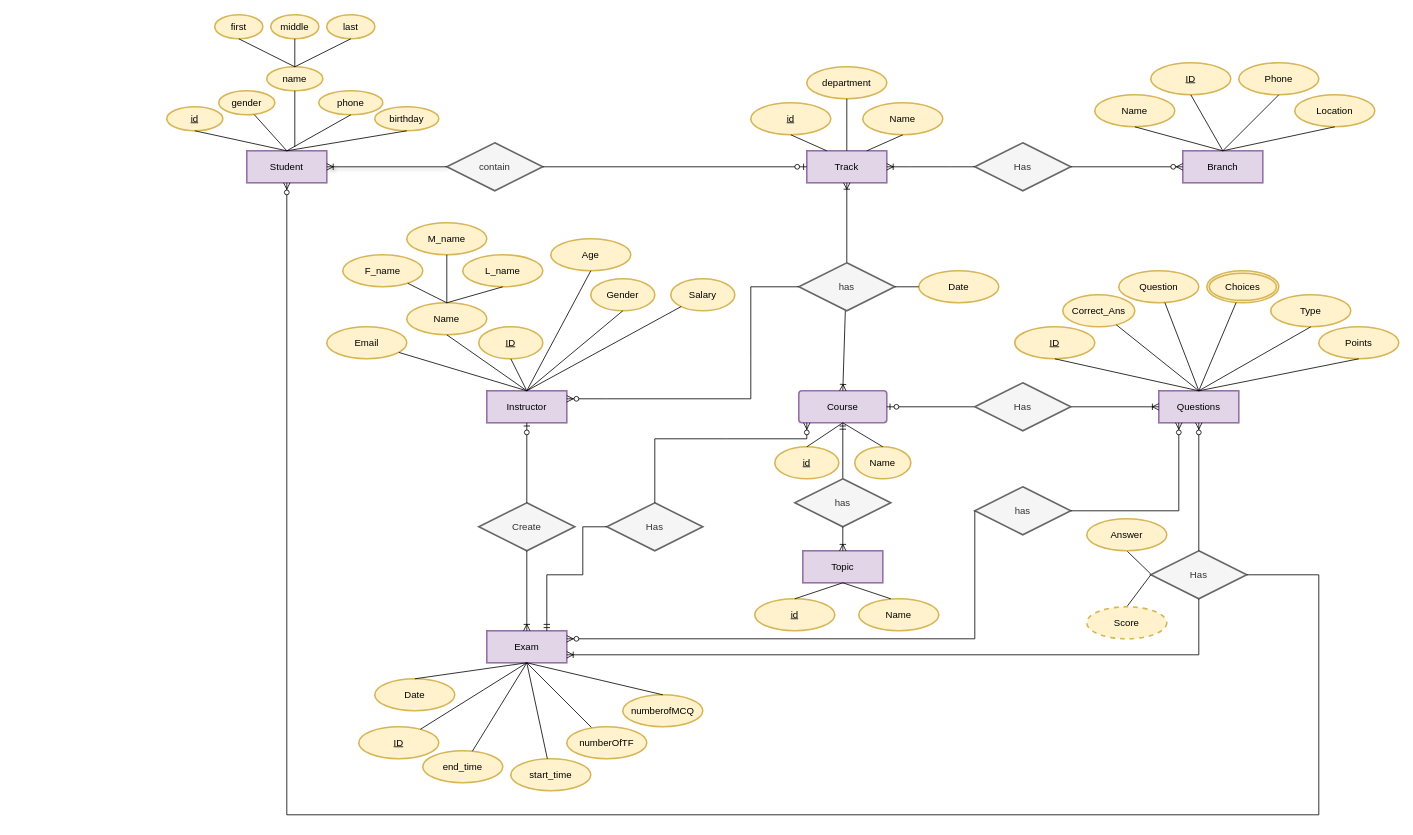
Above: OnlineExaminationSystem.drawio in aya-abdelmageed/OnlineExaminationSystem (draw.io), before the change. Source tidied: cells renumbered, new cells numbered last; positions are measured from the earlier drawing's top-left corner, leaving out a move shared by most shapes. Both pictures are drawn from the tidied source at 80%, with x=0, y=0 at pixel (166, 14).
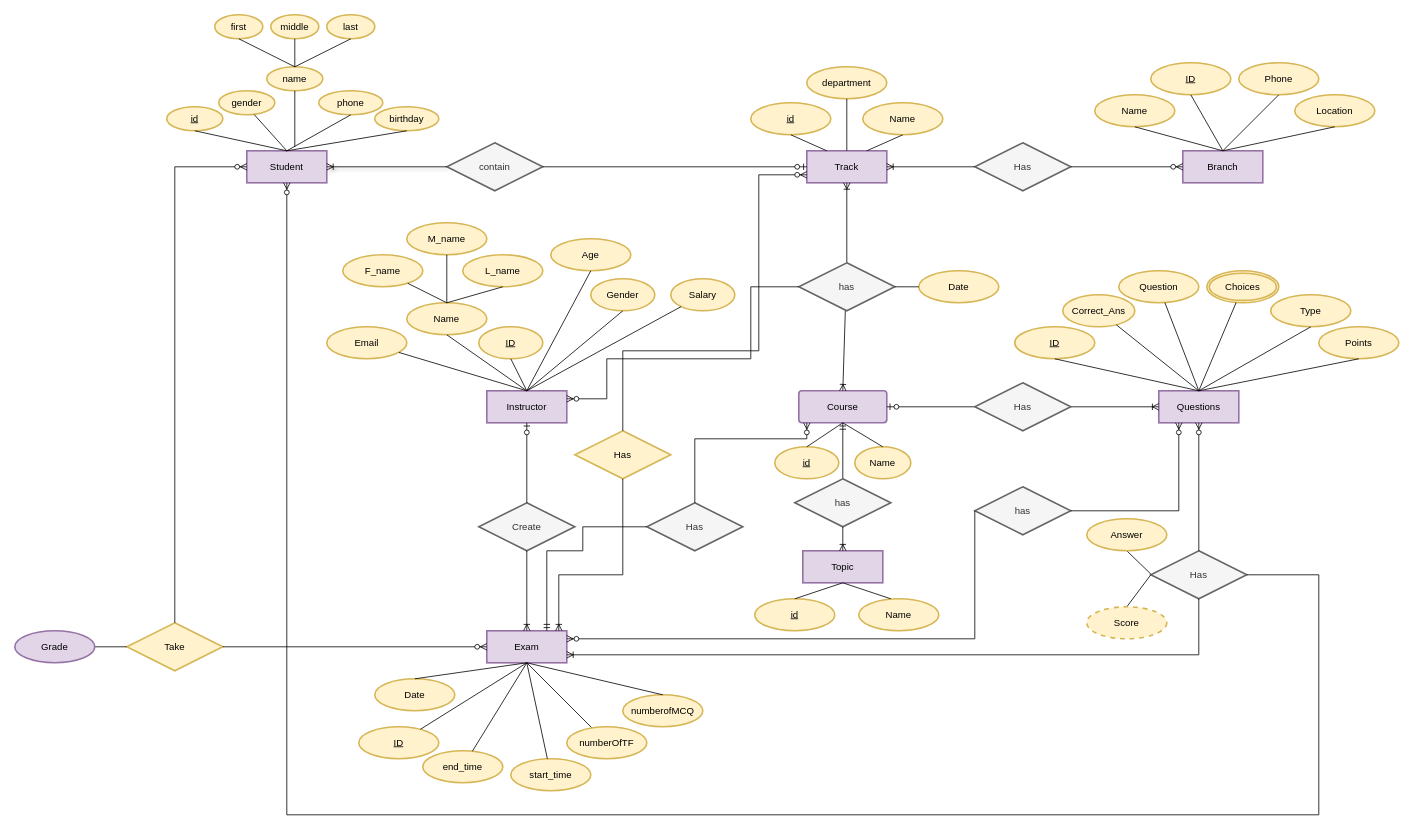
After the change.

The change refers to these unchanged cells:
```xml
<mxCell id="25" value="Exam" style="whiteSpace=wrap;html=1;align=center;fillColor=#e1d5e7;strokeColor=#9673a6;strokeWidth=2;" parent="1" vertex="1">
  <mxGeometry x="400" y="770" width="100" height="40" as="geometry" />
</mxCell>
<mxCell id="46" value="Has" style="shape=rhombus;perimeter=rhombusPerimeter;whiteSpace=wrap;html=1;align=center;fillColor=#f5f5f5;fontColor=#333333;strokeColor=#666666;strokeWidth=2;" parent="1" vertex="1">
  <mxGeometry x="1230" y="670" width="120" height="60" as="geometry" />
</mxCell>
<mxCell id="47" value="Track" style="whiteSpace=wrap;html=1;align=center;fillColor=#e1d5e7;strokeColor=#9673a6;strokeWidth=2;" parent="1" vertex="1">
  <mxGeometry x="800" y="170" width="100" height="40" as="geometry" />
</mxCell>
<mxCell id="61" value="has" style="shape=rhombus;perimeter=rhombusPerimeter;whiteSpace=wrap;html=1;align=center;fillColor=#f5f5f5;fontColor=#333333;strokeColor=#666666;strokeWidth=2;" parent="1" vertex="1">
  <mxGeometry x="790" y="310" width="120" height="60" as="geometry" />
</mxCell>
```

Change to the diagram source:
```diff
@@
-    <mxCell id="101" style="fontSize=12;html=1;endArrow=ERoneToMany;rounded=0;exitX=0.5;exitY=1;exitDx=0;exitDy=0;" parent="1" edge="1" source="46">
+    <mxCell id="101" style="fontSize=12;html=1;endArrow=ERoneToMany;rounded=0;exitX=0.5;exitY=1;exitDx=0;exitDy=0;entryX=1;entryY=0.75;entryDx=0;entryDy=0;" parent="1" edge="1" source="46" target="25">
       <mxGeometry relative="1" as="geometry">
-        <mxPoint x="500" y="800" as="targetPoint" />
         <Array as="points">
           <mxPoint x="1290" y="800" />
         </Array>
       </mxGeometry>
     </mxCell>
@@
     <mxCell id="115" value="Has" style="shape=rhombus;perimeter=rhombusPerimeter;whiteSpace=wrap;html=1;align=center;fillColor=#f5f5f5;fontColor=#333333;strokeColor=#666666;strokeWidth=2;" parent="1" vertex="1">
-      <mxGeometry x="550" y="610" width="120" height="60" as="geometry" />
+      <mxGeometry x="600" y="610" width="120" height="60" as="geometry" />
     </mxCell>
     <mxCell id="116" style="fontSize=12;html=1;endArrow=ERzeroToMany;endFill=1;rounded=0;exitX=0.5;exitY=0;exitDx=0;exitDy=0;" parent="1" edge="1" source="115">
       <mxGeometry relative="1" as="geometry">
         <mxPoint x="800" y="510" as="targetPoint" />
         <Array as="points">
-          <mxPoint x="610" y="530" />
+          <mxPoint x="660" y="530" />
           <mxPoint x="700" y="530" />
           <mxPoint x="800" y="530" />
         </Array>
       </mxGeometry>
     </mxCell>
@@
     <mxCell id="118" style="fontSize=12;html=1;endArrow=ERzeroToMany;endFill=1;rounded=0;exitX=0;exitY=0.5;exitDx=0;exitDy=0;" parent="1" edge="1" source="61">
       <mxGeometry relative="1" as="geometry">
         <mxPoint x="500" y="480" as="targetPoint" />
         <Array as="points">
           <mxPoint x="730" y="340" />
           <mxPoint x="730" y="430" />
-          <mxPoint x="730" y="480" />
+          <mxPoint x="550" y="430" />
           <mxPoint x="550" y="480" />
         </Array>
       </mxGeometry>
     </mxCell>
@@
     <mxCell id="126" style="fontSize=12;html=1;endArrow=ERmandOne;rounded=0;exitX=0;exitY=0.5;exitDx=0;exitDy=0;entryX=0.75;entryY=0;entryDx=0;entryDy=0;" parent="1" edge="1" source="115" target="25">
       <mxGeometry relative="1" as="geometry">
         <Array as="points">
           <mxPoint x="520" y="640" />
-          <mxPoint x="520" y="700" />
-          <mxPoint x="475" y="700" />
+          <mxPoint x="520" y="670" />
+          <mxPoint x="475" y="670" />
         </Array>
       </mxGeometry>
     </mxCell>
+    <mxCell id="127" value="Take" style="shape=rhombus;perimeter=rhombusPerimeter;whiteSpace=wrap;html=1;align=center;fillColor=#fff2cc;strokeColor=#d6b656;strokeWidth=2;" parent="1" vertex="1">
+      <mxGeometry x="-50" y="760" width="120" height="60" as="geometry" />
+    </mxCell>
+    <mxCell id="128" style="endArrow=none;html=1;rounded=0;entryX=0;entryY=0.5;entryDx=0;entryDy=0;exitX=1;exitY=0.5;exitDx=0;exitDy=0;" parent="1" edge="1" source="129" target="127">
+      <mxGeometry relative="1" as="geometry" />
+    </mxCell>
+    <mxCell id="129" value="Grade" style="ellipse;whiteSpace=wrap;html=1;align=center;fillColor=#e1d5e7;strokeColor=#9673a6;strokeWidth=2;" parent="1" vertex="1">
+      <mxGeometry x="-190" y="770" width="100" height="40" as="geometry" />
+    </mxCell>
+    <mxCell id="130" style="fontSize=12;html=1;endArrow=ERzeroToMany;endFill=1;rounded=0;exitX=0.5;exitY=0;exitDx=0;exitDy=0;" parent="1" edge="1" source="127">
+      <mxGeometry relative="1" as="geometry">
+        <mxPoint x="100" y="190" as="targetPoint" />
+        <Array as="points">
+          <mxPoint x="10" y="190" />
+        </Array>
+      </mxGeometry>
+    </mxCell>
+    <mxCell id="131" style="fontSize=12;html=1;endArrow=ERzeroToMany;endFill=1;rounded=0;entryX=0;entryY=0.5;entryDx=0;entryDy=0;exitX=1;exitY=0.5;exitDx=0;exitDy=0;" parent="1" edge="1" source="127" target="25">
+      <mxGeometry relative="1" as="geometry" />
+    </mxCell>
+    <mxCell id="132" value="Has" style="shape=rhombus;perimeter=rhombusPerimeter;whiteSpace=wrap;html=1;align=center;fillColor=#fff2cc;strokeColor=#d6b656;strokeWidth=2;" parent="1" vertex="1">
+      <mxGeometry x="510" y="520" width="120" height="60" as="geometry" />
+    </mxCell>
+    <mxCell id="133" style="fontSize=12;html=1;endArrow=ERzeroToMany;endFill=1;rounded=0;entryX=0;entryY=0.75;entryDx=0;entryDy=0;" parent="1" edge="1" target="47">
+      <mxGeometry relative="1" as="geometry">
+        <mxPoint x="570" y="520" as="sourcePoint" />
+        <Array as="points">
+          <mxPoint x="570" y="420" />
+          <mxPoint x="740" y="420" />
+          <mxPoint x="740" y="310" />
+          <mxPoint x="740" y="200" />
+        </Array>
+      </mxGeometry>
+    </mxCell>
+    <mxCell id="134" style="fontSize=12;html=1;endArrow=ERoneToMany;rounded=0;exitX=0.5;exitY=1;exitDx=0;exitDy=0;" parent="1" edge="1" source="132">
+      <mxGeometry relative="1" as="geometry">
+        <mxPoint x="490" y="770" as="targetPoint" />
+        <Array as="points">
+          <mxPoint x="570" y="700" />
+          <mxPoint x="490" y="700" />
+        </Array>
+      </mxGeometry>
+    </mxCell>
```
